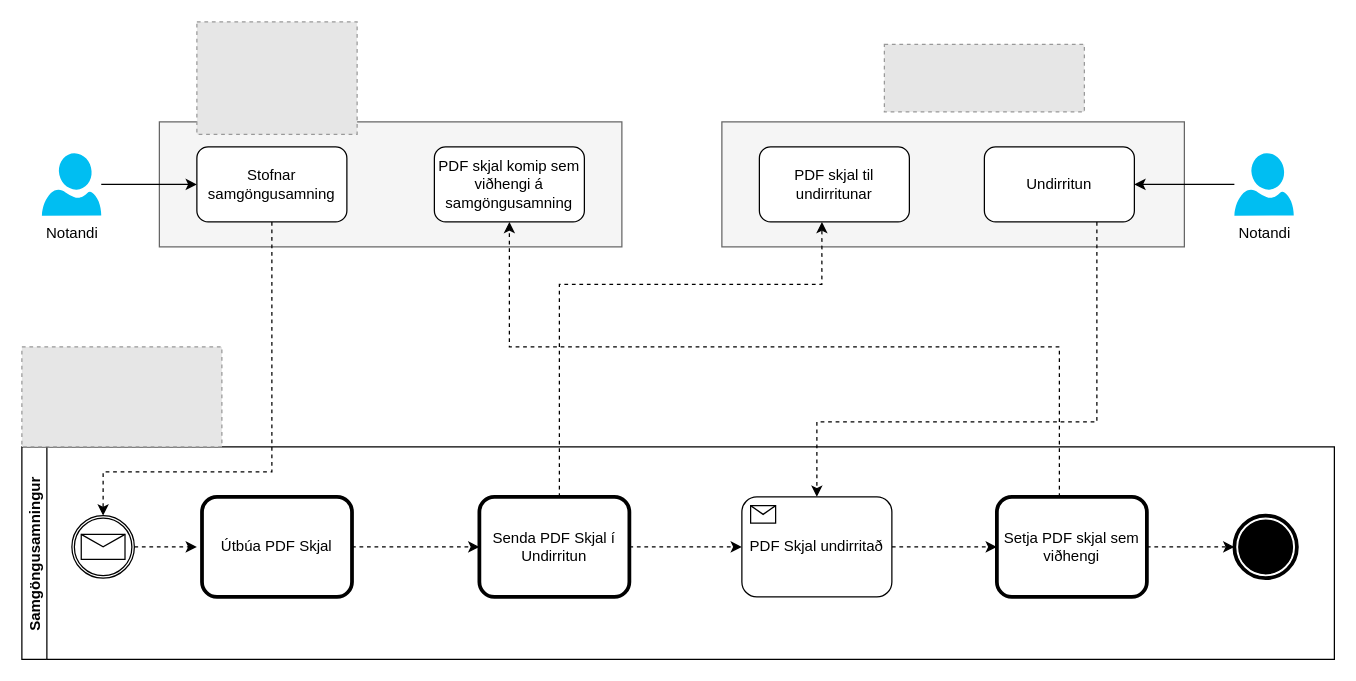
This is Azure Logic Apps Pilot Project/images/salesforce-signet-overview-BPMN.drawio from thorleifurb/thorleifurb.github.io, a draw.io file, before an edit. Source tidied: cells renumbered, new cells numbered last; positions are measured from the earlier drawing's top-left corner, leaving out a move shared by most shapes. Both pictures are drawn from the tidied source at 125%, with x=0, y=0 at pixel (21, 21). Pictures stored in the file or linked from it are replaced by grey dashed boxes.
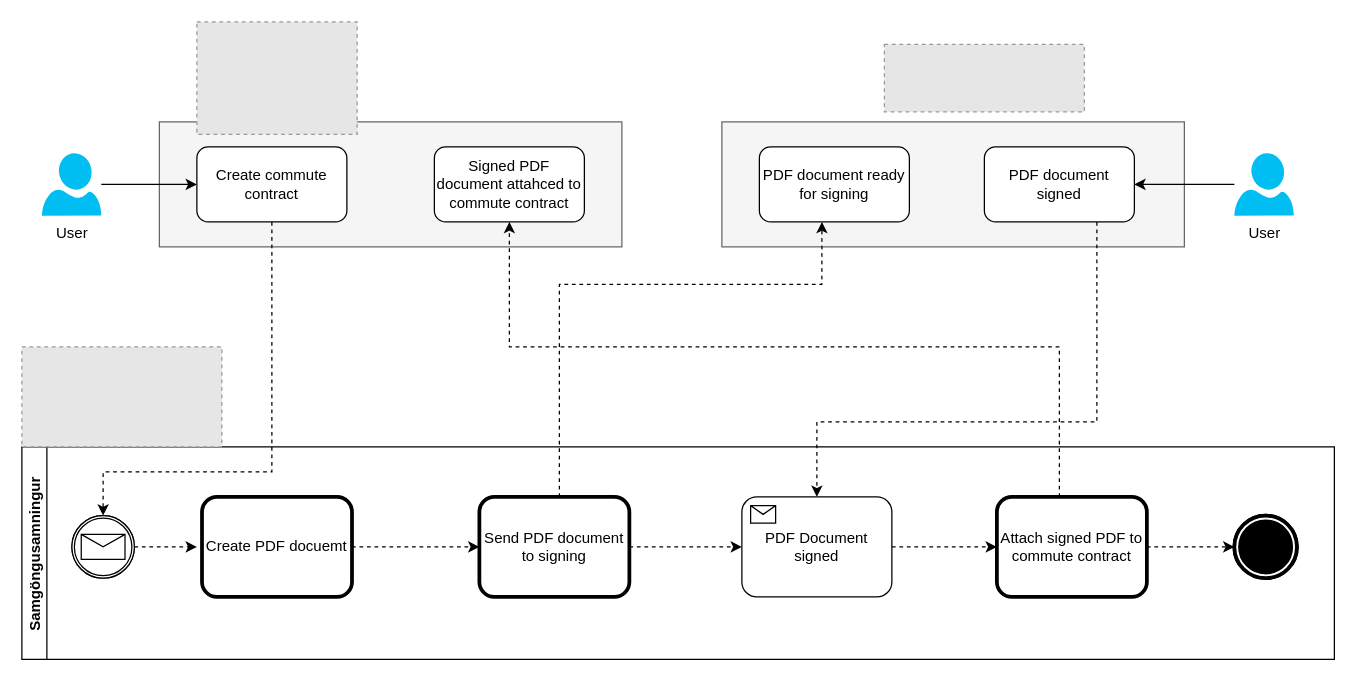
The same diagram, later.

Diff of the diagram source:
```diff
@@
-    <mxCell id="5" value="Senda PDF Skjal í Undirritun" style="shape=ext;rounded=1;html=1;whiteSpace=wrap;strokeWidth=3;" parent="1" vertex="1">
+    <mxCell id="5" value="Send PDF document to signing" style="shape=ext;rounded=1;html=1;whiteSpace=wrap;strokeWidth=3;" parent="1" vertex="1">
       <mxGeometry x="366" y="380" width="120" height="80" as="geometry" />
     </mxCell>
@@
-    <mxCell id="8" value="Notandi" style="verticalLabelPosition=bottom;html=1;verticalAlign=top;align=center;strokeColor=none;fillColor=#00BEF2;shape=mxgraph.azure.user;" parent="1" vertex="1">
+    <mxCell id="8" value="User" style="verticalLabelPosition=bottom;html=1;verticalAlign=top;align=center;strokeColor=none;fillColor=#00BEF2;shape=mxgraph.azure.user;" parent="1" vertex="1">
       <mxGeometry x="16" y="105" width="47.5" height="50" as="geometry" />
     </mxCell>
@@
-    <mxCell id="10" value="Stofnar samgöngusamning" style="rounded=1;whiteSpace=wrap;html=1;" parent="1" vertex="1">
+    <mxCell id="10" value="Create commute contract" style="rounded=1;whiteSpace=wrap;html=1;" parent="1" vertex="1">
       <mxGeometry x="140" y="100" width="120" height="60" as="geometry" />
     </mxCell>
-    <mxCell id="11" value="PDF skjal til undirritunar" style="rounded=1;whiteSpace=wrap;html=1;" parent="1" vertex="1">
+    <mxCell id="11" value="PDF document ready for signing" style="rounded=1;whiteSpace=wrap;html=1;" parent="1" vertex="1">
       <mxGeometry x="590" y="100" width="120" height="60" as="geometry" />
     </mxCell>
@@
-    <mxCell id="13" value="Notandi" style="verticalLabelPosition=bottom;html=1;verticalAlign=top;align=center;strokeColor=none;fillColor=#00BEF2;shape=mxgraph.azure.user;" parent="1" vertex="1">
+    <mxCell id="13" value="User" style="verticalLabelPosition=bottom;html=1;verticalAlign=top;align=center;strokeColor=none;fillColor=#00BEF2;shape=mxgraph.azure.user;" parent="1" vertex="1">
       <mxGeometry x="970" y="105" width="47.5" height="50" as="geometry" />
     </mxCell>
@@
-    <mxCell id="15" value="Undirritun" style="rounded=1;whiteSpace=wrap;html=1;" parent="1" vertex="1">
+    <mxCell id="15" value="PDF document signed" style="rounded=1;whiteSpace=wrap;html=1;" parent="1" vertex="1">
       <mxGeometry x="770" y="100" width="120" height="60" as="geometry" />
     </mxCell>
-    <mxCell id="16" value="PDF skjal komip sem viðhengi á samgöngusamning" style="rounded=1;whiteSpace=wrap;html=1;" parent="1" vertex="1">
+    <mxCell id="16" value="Signed PDF document attahced to commute contract" style="rounded=1;whiteSpace=wrap;html=1;" parent="1" vertex="1">
       <mxGeometry x="330" y="100" width="120" height="60" as="geometry" />
     </mxCell>
@@
-    <mxCell id="22" value="Útbúa PDF Skjal" style="shape=ext;rounded=1;html=1;whiteSpace=wrap;strokeWidth=3;" parent="1" vertex="1">
+    <mxCell id="22" value="Create PDF docuemt" style="shape=ext;rounded=1;html=1;whiteSpace=wrap;strokeWidth=3;" parent="1" vertex="1">
       <mxGeometry x="144.1" y="380" width="120" height="80" as="geometry" />
     </mxCell>
@@
-    <mxCell id="24" value="PDF Skjal undirritað" style="html=1;whiteSpace=wrap;rounded=1;" parent="1" vertex="1">
+    <mxCell id="24" value="PDF Document signed" style="html=1;whiteSpace=wrap;rounded=1;" parent="1" vertex="1">
       <mxGeometry x="576" y="380" width="120" height="80" as="geometry" />
     </mxCell>
@@
-    <mxCell id="28" value="Setja PDF skjal sem viðhengi" style="shape=ext;rounded=1;html=1;whiteSpace=wrap;strokeWidth=3;" parent="1" vertex="1">
+    <mxCell id="28" value="Attach signed PDF to commute contract" style="shape=ext;rounded=1;html=1;whiteSpace=wrap;strokeWidth=3;" parent="1" vertex="1">
       <mxGeometry x="780" y="380" width="120" height="80" as="geometry" />
     </mxCell>
@@
+    <mxCell id="32" style="shape=mxgraph.bpmn.shape;html=1;verticalLabelPosition=bottom;labelBackgroundColor=#ffffff;verticalAlign=top;align=center;perimeter=ellipsePerimeter;outline=catching;symbol=message;" parent="1" vertex="1">
+      <mxGeometry x="40" y="395" width="50" height="50" as="geometry" />
+    </mxCell>
+    <mxCell id="33" style="shape=mxgraph.bpmn.shape;html=1;verticalLabelPosition=bottom;labelBackgroundColor=#ffffff;verticalAlign=top;align=center;perimeter=ellipsePerimeter;outline=end;symbol=terminate;" parent="1" vertex="1">
+      <mxGeometry x="970" y="395" width="50" height="50" as="geometry" />
+    </mxCell>
```
